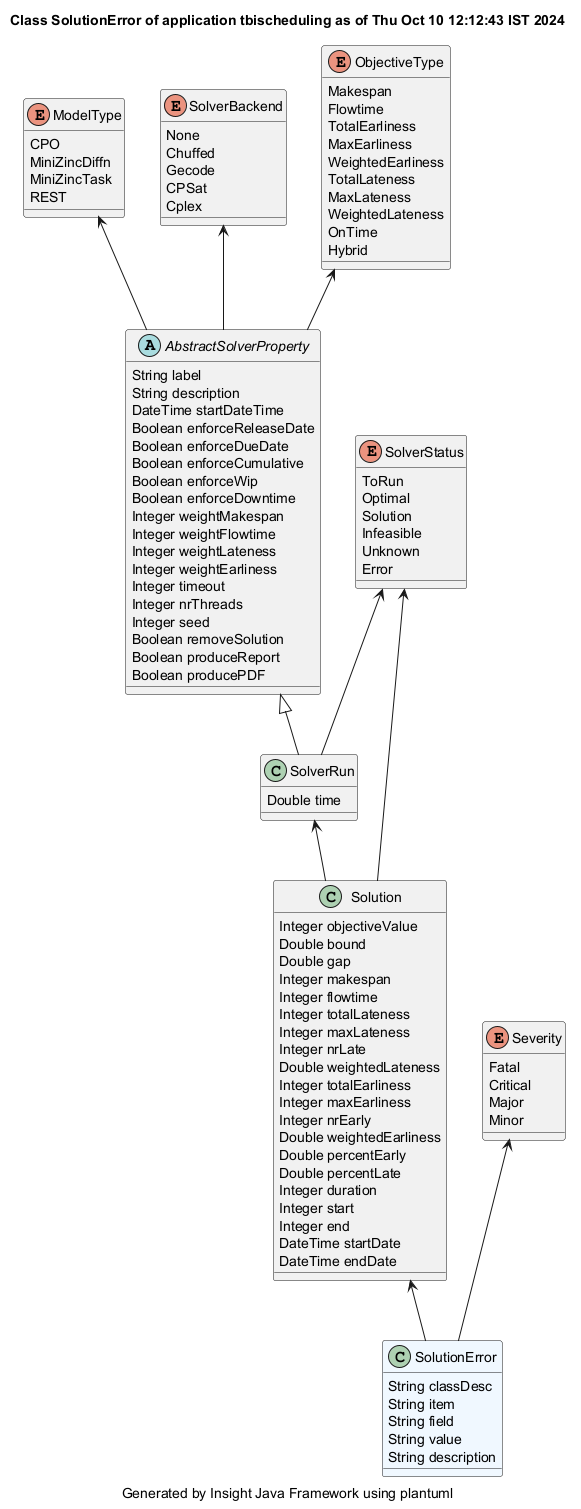
Earlier version of the PlantUML export demonstrator/tbischeduling/site/plantuml/SolutionError.png (hsimonis/schedulingtraining).
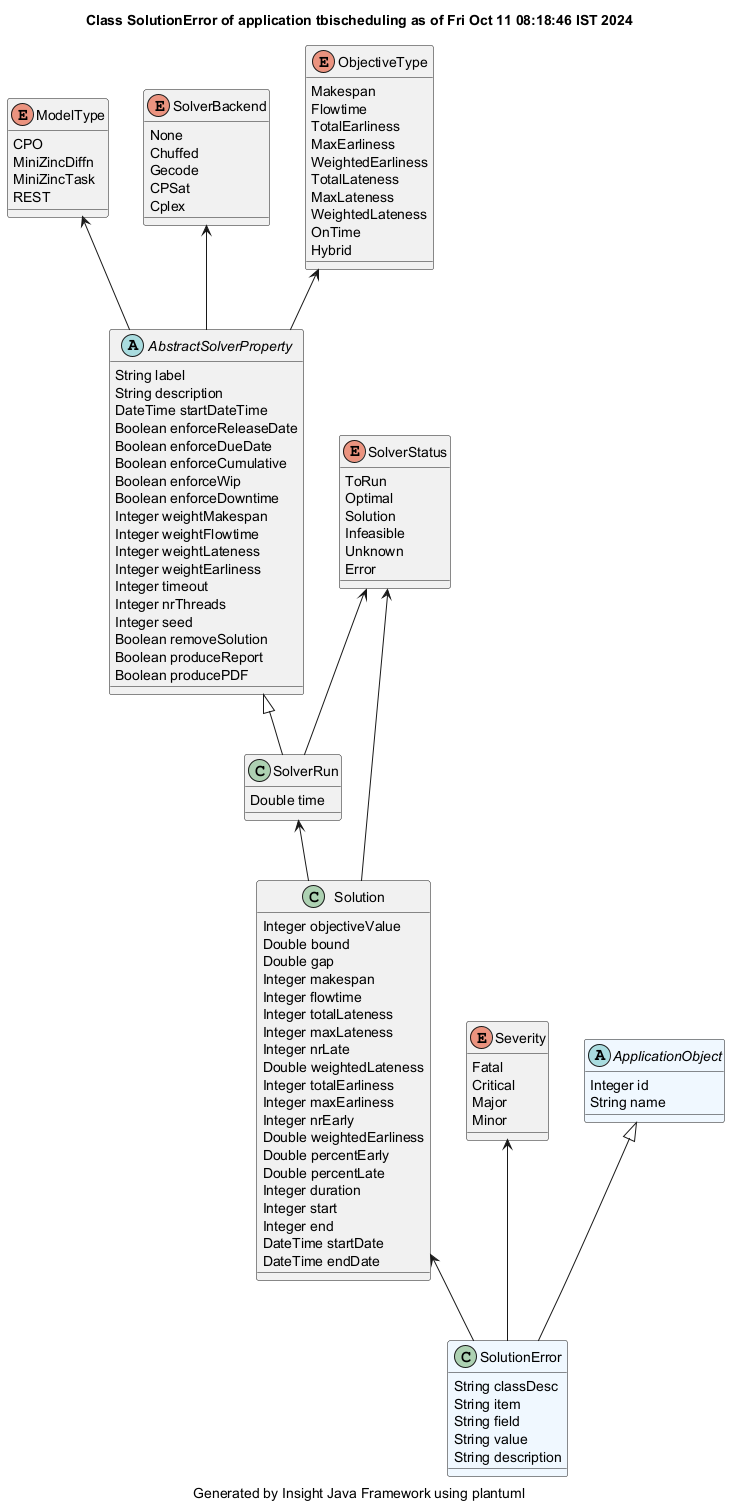
After the commit.

The edit, as a diff of the source:
```diff
@@ -1,5 +1,5 @@
 @startuml
-title Class SolutionError of application tbischeduling as of Thu Oct 10 12:12:43 IST 2024
+title Class SolutionError of application tbischeduling as of Fri Oct 11 08:18:46 IST 2024
 caption Generated by Insight Java Framework using plantuml
 class SolutionError #aliceblue
 SolutionError : String classDesc
@@ -96,4 +96,9 @@
 Severity : Major
 Severity : Minor
 Severity <-- SolutionError
+abstract ApplicationObject #aliceblue
+ApplicationObject : Integer id
+ApplicationObject : String name
+
+ApplicationObject <|-- SolutionError
 @enduml
```
